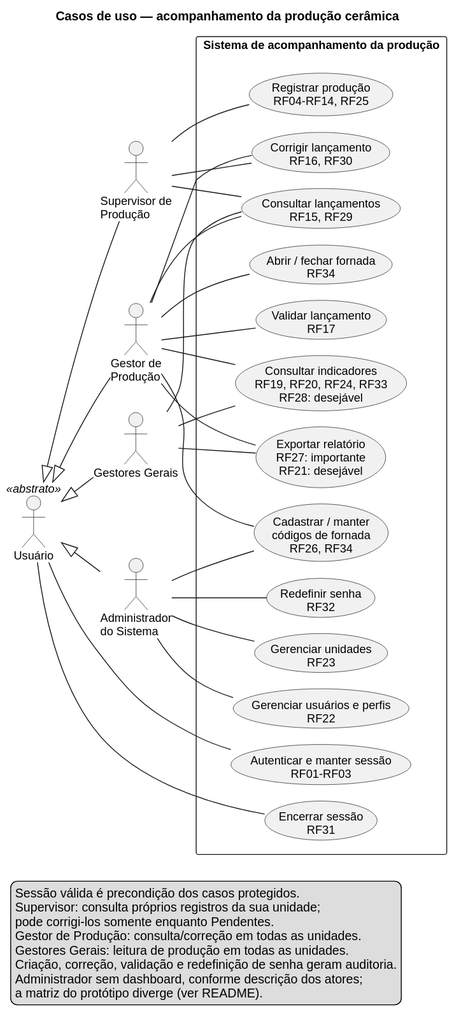
emilynerys/Projeto-Cer-mica-SOCRE keeps this PlantUML diagram as docs/uml/svg/01_casos_de_uso.svg. Above is the earlier version. The source it was exported from:
```plantuml
@startuml
!pragma layout smetana
left to right direction
skinparam shadowing false
skinparam packageStyle rectangle
skinparam defaultFontName Arial
skinparam defaultFontSize 13
title Casos de uso — acompanhamento da produção cerâmica

actor "Usuário" as Usuario <<abstrato>>
actor "Supervisor de\nProdução" as Supervisor
actor "Gestor de\nProdução" as Gestor
actor "Gestores Gerais" as Gerais
actor "Administrador\ndo Sistema" as Admin
Usuario <|-- Supervisor
Usuario <|-- Gestor
Usuario <|-- Gerais
Usuario <|-- Admin

rectangle "Sistema de acompanhamento da produção" {
  usecase "Autenticar e manter sessão\nRF01-RF03" as Login
  usecase "Encerrar sessão\nRF31" as Sair
  usecase "Registrar produção\nRF04-RF14, RF25" as Registrar
  usecase "Consultar lançamentos\nRF15, RF29" as Consultar
  usecase "Corrigir lançamento\nRF16, RF30" as Corrigir
  usecase "Validar lançamento\nRF17" as Validar
  usecase "Consultar indicadores\nRF19, RF20, RF24, RF33\nRF28: desejável" as Indicadores
  usecase "Exportar relatório\nRF27: importante\nRF21: desejável" as Exportar
  usecase "Cadastrar / manter\ncódigos de fornada\nRF26, RF34" as Fornadas
  usecase "Abrir / fechar fornada\nRF34" as CicloFornada
  usecase "Gerenciar usuários e perfis\nRF22" as Usuarios
  usecase "Redefinir senha\nRF32" as Senha
  usecase "Gerenciar unidades\nRF23" as Unidades
}

Usuario -- Login
Usuario -- Sair
Supervisor -- Registrar
Supervisor -- Consultar
Supervisor -- Corrigir
Gestor -- Consultar
Gestor -- Corrigir
Gestor -- Validar
Gestor -- Indicadores
Gestor -- Exportar
Gestor -- Fornadas
Gestor -- CicloFornada
Gerais -- Consultar
Gerais -- Indicadores
Gerais -- Exportar
Admin -- Usuarios
Admin -- Senha
Admin -- Unidades
Admin -- Fornadas

legend bottom left
  Sessão válida é precondição dos casos protegidos.
  Supervisor: consulta próprios registros da sua unidade;
  pode corrigi-los somente enquanto Pendentes.
  Gestor de Produção: consulta/correção em todas as unidades.
  Gestores Gerais: leitura de produção em todas as unidades.
  Criação, correção, validação e redefinição de senha geram auditoria.
  Administrador sem dashboard, conforme descrição dos atores;
  a matriz do protótipo diverge (ver README).
endlegend
@enduml
```
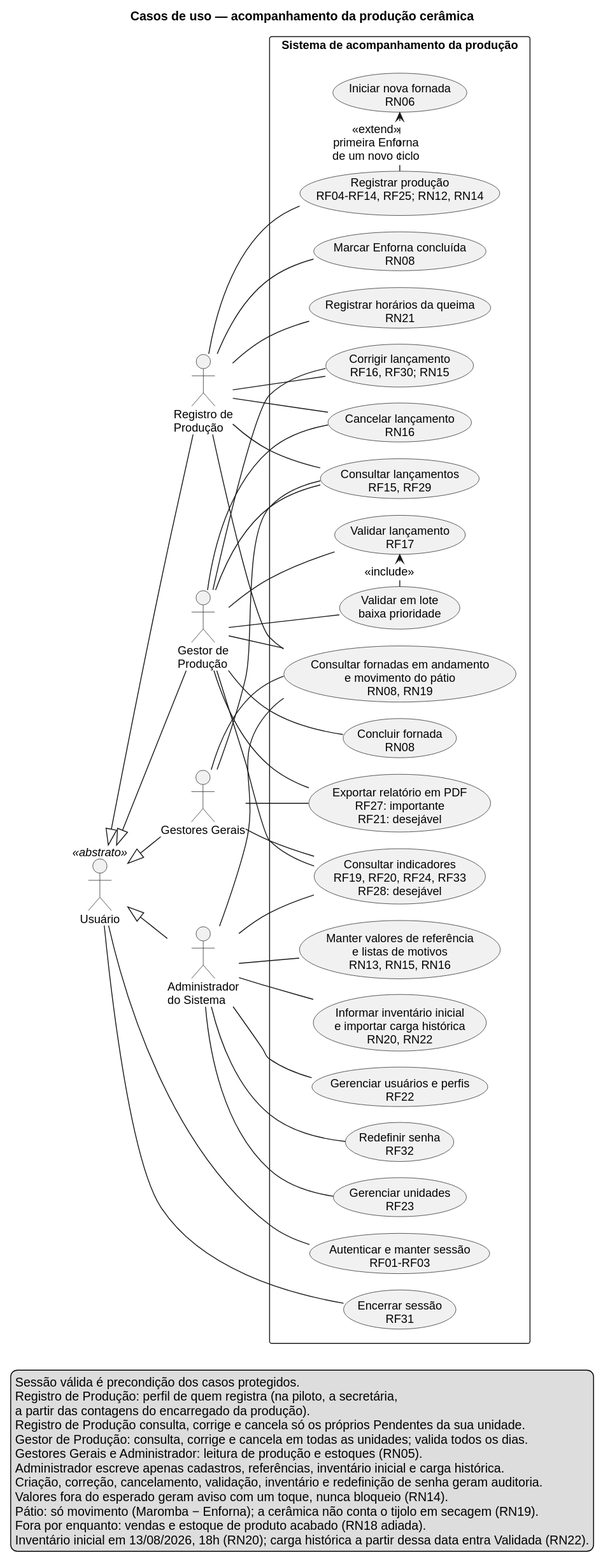
After the change.

The edit, as a diff of the source:
```diff
@@ -8,11 +8,11 @@
 title Casos de uso — acompanhamento da produção cerâmica
 
 actor "Usuário" as Usuario <<abstrato>>
-actor "Supervisor de\nProdução" as Supervisor
+actor "Registro de\nProdução" as Registro
 actor "Gestor de\nProdução" as Gestor
 actor "Gestores Gerais" as Gerais
 actor "Administrador\ndo Sistema" as Admin
-Usuario <|-- Supervisor
+Usuario <|-- Registro
 Usuario <|-- Gestor
 Usuario <|-- Gerais
 Usuario <|-- Admin
@@ -20,47 +20,71 @@
 rectangle "Sistema de acompanhamento da produção" {
   usecase "Autenticar e manter sessão\nRF01-RF03" as Login
   usecase "Encerrar sessão\nRF31" as Sair
-  usecase "Registrar produção\nRF04-RF14, RF25" as Registrar
+  usecase "Registrar produção\nRF04-RF14, RF25; RN12, RN14" as Registrar
+  usecase "Iniciar nova fornada\nRN06" as NovaFornada
+  usecase "Marcar Enforna concluída\nRN08" as EnfornaConcluida
+  usecase "Registrar horários da queima\nRN21" as Queima
   usecase "Consultar lançamentos\nRF15, RF29" as Consultar
-  usecase "Corrigir lançamento\nRF16, RF30" as Corrigir
+  usecase "Corrigir lançamento\nRF16, RF30; RN15" as Corrigir
+  usecase "Cancelar lançamento\nRN16" as Cancelar
   usecase "Validar lançamento\nRF17" as Validar
+  usecase "Validar em lote\nbaixa prioridade" as ValidarLote
+  usecase "Concluir fornada\nRN08" as Concluir
   usecase "Consultar indicadores\nRF19, RF20, RF24, RF33\nRF28: desejável" as Indicadores
-  usecase "Exportar relatório\nRF27: importante\nRF21: desejável" as Exportar
-  usecase "Cadastrar / manter\ncódigos de fornada\nRF26, RF34" as Fornadas
-  usecase "Abrir / fechar fornada\nRF34" as CicloFornada
+  usecase "Consultar fornadas em andamento\ne movimento do pátio\nRN08, RN19" as Estoques
+  usecase "Exportar relatório em PDF\nRF27: importante\nRF21: desejável" as Exportar
   usecase "Gerenciar usuários e perfis\nRF22" as Usuarios
   usecase "Redefinir senha\nRF32" as Senha
   usecase "Gerenciar unidades\nRF23" as Unidades
+  usecase "Manter valores de referência\ne listas de motivos\nRN13, RN15, RN16" as Referencias
+  usecase "Informar inventário inicial\ne importar carga histórica\nRN20, RN22" as SaldoInicial
 }
+
+ValidarLote .> Validar : <<include>>
+Registrar .> NovaFornada : <<extend>>\nprimeira Enforna\nde um novo ciclo
 
 Usuario -- Login
 Usuario -- Sair
-Supervisor -- Registrar
-Supervisor -- Consultar
-Supervisor -- Corrigir
+Registro -- Registrar
+Registro -- EnfornaConcluida
+Registro -- Queima
+Registro -- Consultar
+Registro -- Corrigir
+Registro -- Cancelar
+Registro -- Estoques
 Gestor -- Consultar
 Gestor -- Corrigir
+Gestor -- Cancelar
 Gestor -- Validar
+Gestor -- ValidarLote
+Gestor -- Concluir
 Gestor -- Indicadores
+Gestor -- Estoques
 Gestor -- Exportar
-Gestor -- Fornadas
-Gestor -- CicloFornada
 Gerais -- Consultar
 Gerais -- Indicadores
+Gerais -- Estoques
 Gerais -- Exportar
+Admin -- Indicadores
+Admin -- Estoques
 Admin -- Usuarios
 Admin -- Senha
 Admin -- Unidades
-Admin -- Fornadas
+Admin -- Referencias
+Admin -- SaldoInicial
 
 legend bottom left
   Sessão válida é precondição dos casos protegidos.
-  Supervisor: consulta próprios registros da sua unidade;
-  pode corrigi-los somente enquanto Pendentes.
-  Gestor de Produção: consulta/correção em todas as unidades.
-  Gestores Gerais: leitura de produção em todas as unidades.
-  Criação, correção, validação e redefinição de senha geram auditoria.
-  Administrador sem dashboard, conforme descrição dos atores;
-  a matriz do protótipo diverge (ver README).
+  Registro de Produção: perfil de quem registra (na piloto, a secretária,
+  a partir das contagens do encarregado da produção).
+  Registro de Produção consulta, corrige e cancela só os próprios Pendentes da sua unidade.
+  Gestor de Produção: consulta, corrige e cancela em todas as unidades; valida todos os dias.
+  Gestores Gerais e Administrador: leitura de produção e estoques (RN05).
+  Administrador escreve apenas cadastros, referências, inventário inicial e carga histórica.
+  Criação, correção, cancelamento, validação, inventário e redefinição de senha geram auditoria.
+  Valores fora do esperado geram aviso com um toque, nunca bloqueio (RN14).
+  Pátio: só movimento (Maromba − Enforna); a cerâmica não conta o tijolo em secagem (RN19).
+  Fora por enquanto: vendas e estoque de produto acabado (RN18 adiada).
+  Inventário inicial em 13/08/2026, 18h (RN20); carga histórica a partir dessa data entra Validada (RN22).
 endlegend
 @enduml
```
